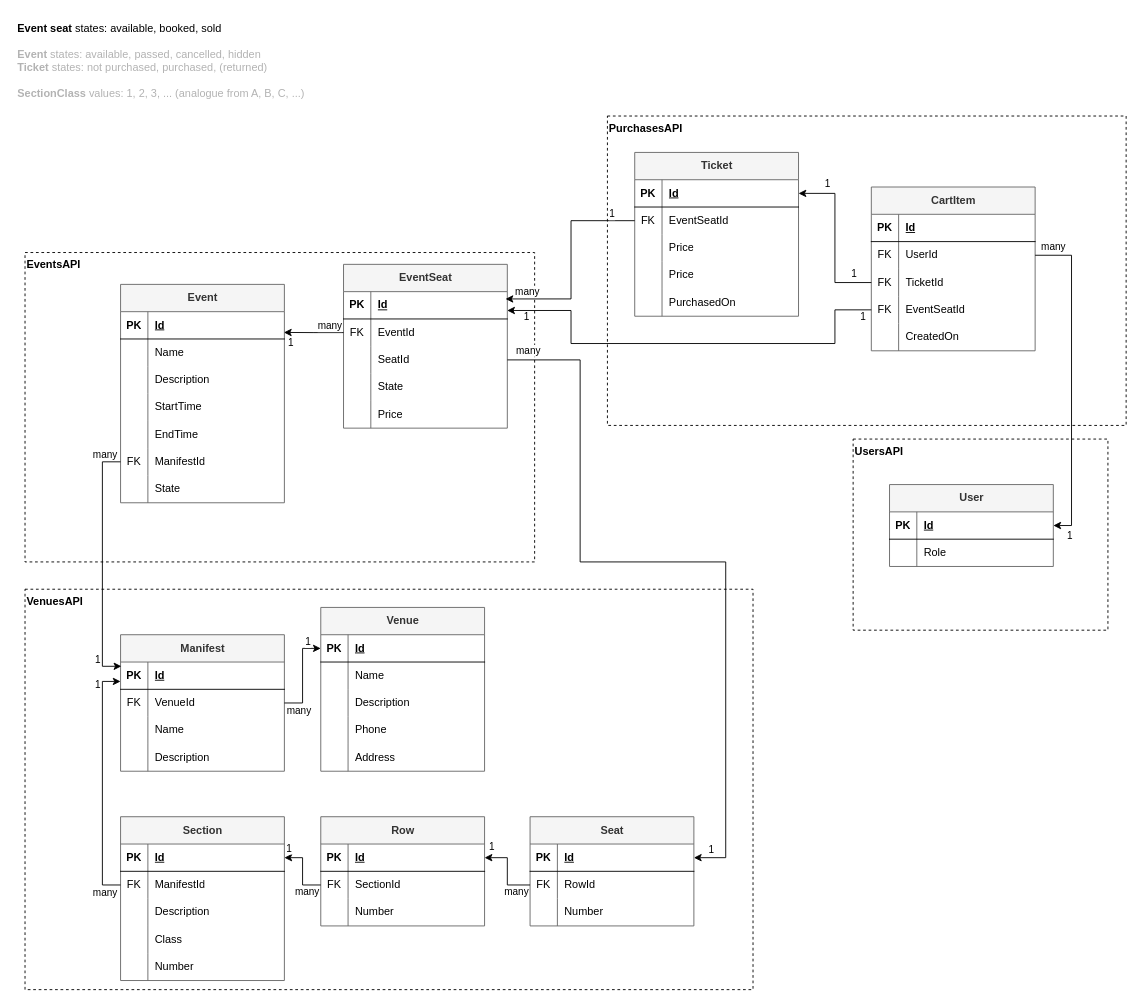
The draw.io diagram page "Old database schema (SQL)" (5 of 5) of docs/Diagrams.drawio in leg0ushque/ticket-management, before the edit. Source tidied: cells renumbered, new cells numbered last; positions are measured from the earlier drawing's top-left corner, leaving out a move shared by most shapes. Both pictures are drawn from the tidied source at 91%, with x=0, y=0 at pixel (15, 15).
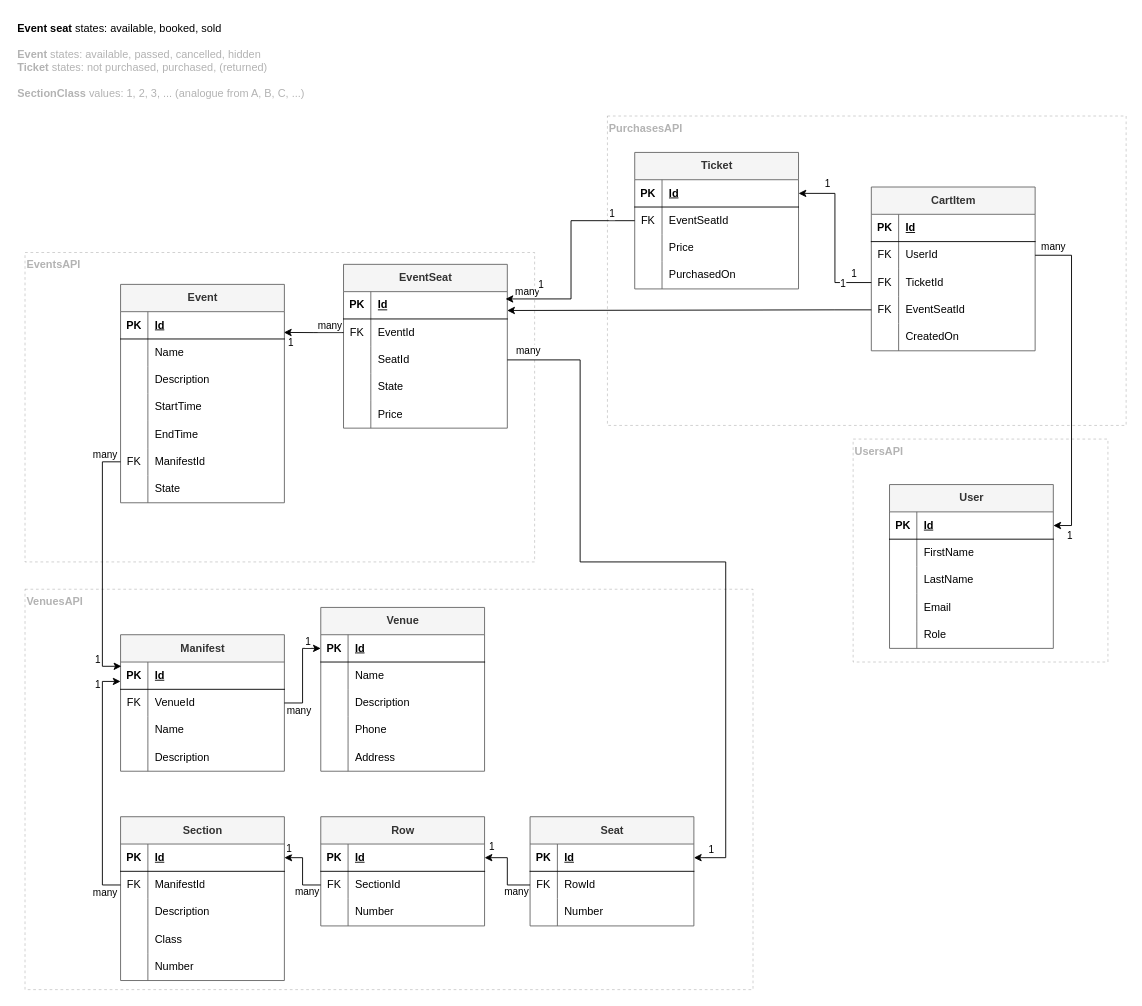
Above is the later version.

Unchanged cells that the change refers to:
```xml
<mxCell id="61" style="shape=tableRow;horizontal=0;startSize=0;swimlaneHead=0;swimlaneBody=0;fillColor=none;top=0;left=0;right=0;bottom=0;" parent="57" vertex="1">
  <mxGeometry y="60" width="180" height="30" as="geometry" />
</mxCell>
<mxCell id="125" style="shape=tableRow;horizontal=0;startSize=0;swimlaneHead=0;swimlaneBody=0;fillColor=none;points=[[0,0.5],[1,0.5]];portConstraint=eastwest;top=0;left=0;right=0;bottom=0;" parent="115" vertex="1">
  <mxGeometry y="120" width="180" height="30" as="geometry" />
</mxCell>
<mxCell id="132" style="shape=tableRow;horizontal=0;startSize=0;swimlaneHead=0;swimlaneBody=0;fillColor=none;points=[[0,0.5],[1,0.5]];portConstraint=eastwest;top=0;left=0;right=0;bottom=1;" parent="131" vertex="1">
  <mxGeometry y="30" width="180" height="30" as="geometry" />
</mxCell>
```

Change to the diagram source:
```diff
@@
-    <mxCell id="2" value="VenuesAPI" style="rounded=0;whiteSpace=wrap;html=1;align=left;verticalAlign=top;dashed=1;fontStyle=1;" parent="1" vertex="1">
+    <mxCell id="2" value="&lt;font color=&quot;#b3b3b3&quot;&gt;VenuesAPI&lt;/font&gt;" style="rounded=0;whiteSpace=wrap;html=1;align=left;verticalAlign=top;dashed=1;fontStyle=1;opacity=20;" parent="1" vertex="1">
       <mxGeometry x="10" y="630" width="800" height="440" as="geometry" />
     </mxCell>
-    <mxCell id="3" value="EventsAPI" style="rounded=0;whiteSpace=wrap;html=1;align=left;verticalAlign=top;dashed=1;fontStyle=1;" parent="1" vertex="1">
+    <mxCell id="3" value="&lt;font color=&quot;#b3b3b3&quot;&gt;EventsAPI&lt;/font&gt;" style="rounded=0;whiteSpace=wrap;html=1;align=left;verticalAlign=top;dashed=1;fontStyle=1;opacity=20;" parent="1" vertex="1">
       <mxGeometry x="10" y="260" width="560" height="340" as="geometry" />
     </mxCell>
-    <mxCell id="4" value="&lt;b&gt;PurchasesAPI&lt;/b&gt;" style="rounded=0;whiteSpace=wrap;html=1;align=left;verticalAlign=top;dashed=1;" parent="1" vertex="1">
+    <mxCell id="4" value="&lt;b&gt;&lt;font color=&quot;#b3b3b3&quot;&gt;PurchasesAPI&lt;/font&gt;&lt;/b&gt;" style="rounded=0;whiteSpace=wrap;html=1;align=left;verticalAlign=top;dashed=1;opacity=20;" parent="1" vertex="1">
       <mxGeometry x="650" y="110" width="570" height="340" as="geometry" />
     </mxCell>
-    <mxCell id="5" value="UsersAPI" style="rounded=0;whiteSpace=wrap;html=1;align=left;verticalAlign=top;dashed=1;fontStyle=1;" parent="1" vertex="1">
-      <mxGeometry x="920" y="465" width="280" height="210" as="geometry" />
+    <mxCell id="5" value="&lt;font color=&quot;#b3b3b3&quot;&gt;UsersAPI&lt;/font&gt;" style="rounded=0;whiteSpace=wrap;html=1;align=left;verticalAlign=top;dashed=1;fontStyle=1;strokeColor=#000000;opacity=20;" parent="1" vertex="1">
+      <mxGeometry x="920" y="465" width="280" height="245" as="geometry" />
     </mxCell>
@@
     <mxCell id="57" value="User" style="shape=table;startSize=30;childLayout=tableLayout;rowLines=0;fontStyle=1;align=center;html=1;fillColor=#f5f5f5;fontColor=#333333;strokeColor=#666666;" parent="1" vertex="1">
-      <mxGeometry x="960" y="515" width="180" height="90" as="geometry" />
+      <mxGeometry x="960" y="515" width="180" height="180" as="geometry" />
     </mxCell>
@@
-    <mxCell id="63" value="Role" style="shape=partialRectangle;fillColor=none;top=0;left=0;bottom=0;right=0;align=left;spacingLeft=6;overflow=hidden;whiteSpace=wrap;html=1;" parent="61" vertex="1">
+    <mxCell id="63" value="FirstName" style="shape=partialRectangle;fillColor=none;top=0;left=0;bottom=0;right=0;align=left;spacingLeft=6;overflow=hidden;whiteSpace=wrap;html=1;" parent="61" vertex="1">
       <mxGeometry x="30" width="150" height="30" as="geometry" />
     </mxCell>
+    <mxCell id="182" style="shape=tableRow;horizontal=0;startSize=0;swimlaneHead=0;swimlaneBody=0;fillColor=none;top=0;left=0;right=0;bottom=0;" parent="57" vertex="1">
+      <mxGeometry y="90" width="180" height="30" as="geometry" />
+    </mxCell>
+    <mxCell id="183" style="shape=partialRectangle;fillColor=none;top=0;left=0;bottom=0;right=0;overflow=hidden;whiteSpace=wrap;html=1;" parent="182" vertex="1">
+      <mxGeometry width="30" height="30" as="geometry" />
+    </mxCell>
+    <mxCell id="184" value="LastName" style="shape=partialRectangle;fillColor=none;top=0;left=0;bottom=0;right=0;align=left;spacingLeft=6;overflow=hidden;whiteSpace=wrap;html=1;" parent="182" vertex="1">
+      <mxGeometry x="30" width="150" height="30" as="geometry" />
+    </mxCell>
+    <mxCell id="167" style="shape=tableRow;horizontal=0;startSize=0;swimlaneHead=0;swimlaneBody=0;fillColor=none;top=0;left=0;right=0;bottom=0;" parent="57" vertex="1">
+      <mxGeometry y="120" width="180" height="30" as="geometry" />
+    </mxCell>
+    <mxCell id="185" style="shape=partialRectangle;fillColor=none;top=0;left=0;bottom=0;right=0;overflow=hidden;whiteSpace=wrap;html=1;" parent="167" vertex="1">
+      <mxGeometry width="30" height="30" as="geometry" />
+    </mxCell>
+    <mxCell id="186" value="Email" style="shape=partialRectangle;fillColor=none;top=0;left=0;bottom=0;right=0;align=left;spacingLeft=6;overflow=hidden;whiteSpace=wrap;html=1;" parent="167" vertex="1">
+      <mxGeometry x="30" width="150" height="30" as="geometry" />
+    </mxCell>
+    <mxCell id="187" style="shape=tableRow;horizontal=0;startSize=0;swimlaneHead=0;swimlaneBody=0;fillColor=none;top=0;left=0;right=0;bottom=0;" parent="57" vertex="1">
+      <mxGeometry y="150" width="180" height="30" as="geometry" />
+    </mxCell>
+    <mxCell id="188" style="shape=partialRectangle;fillColor=none;top=0;left=0;bottom=0;right=0;overflow=hidden;whiteSpace=wrap;html=1;" parent="187" vertex="1">
+      <mxGeometry width="30" height="30" as="geometry" />
+    </mxCell>
+    <mxCell id="189" value="Role" style="shape=partialRectangle;fillColor=none;top=0;left=0;bottom=0;right=0;align=left;spacingLeft=6;overflow=hidden;whiteSpace=wrap;html=1;" parent="187" vertex="1">
+      <mxGeometry x="30" width="150" height="30" as="geometry" />
+    </mxCell>
@@
     <mxCell id="157" value="Ticket" style="shape=table;startSize=30;childLayout=tableLayout;rowLines=0;fontStyle=1;align=center;html=1;fillColor=#f5f5f5;fontColor=#333333;strokeColor=#666666;" parent="1" vertex="1">
-      <mxGeometry x="680" y="150" width="180" height="180" as="geometry" />
+      <mxGeometry x="680" y="150" width="180" height="150" as="geometry" />
     </mxCell>
@@
-    <mxCell id="167" style="shape=tableRow;horizontal=0;startSize=0;swimlaneHead=0;swimlaneBody=0;fillColor=none;top=0;left=0;right=0;bottom=0;" parent="157" vertex="1">
-      <mxGeometry y="120" width="180" height="30" as="geometry" />
-    </mxCell>
-    <mxCell id="168" style="shape=partialRectangle;fillColor=none;top=0;left=0;bottom=0;right=0;overflow=hidden;whiteSpace=wrap;html=1;" parent="167" vertex="1">
-      <mxGeometry width="30" height="30" as="geometry" />
-    </mxCell>
-    <mxCell id="169" value="Price" style="shape=partialRectangle;fillColor=none;top=0;left=0;bottom=0;right=0;align=left;spacingLeft=6;overflow=hidden;whiteSpace=wrap;html=1;" parent="167" vertex="1">
-      <mxGeometry x="30" width="150" height="30" as="geometry" />
-    </mxCell>
     <mxCell id="170" style="shape=tableRow;horizontal=0;startSize=0;swimlaneHead=0;swimlaneBody=0;fillColor=none;top=0;left=0;right=0;bottom=0;" parent="157" vertex="1">
-      <mxGeometry y="150" width="180" height="30" as="geometry" />
+      <mxGeometry y="120" width="180" height="30" as="geometry" />
     </mxCell>
@@
     <mxCell id="179" style="edgeStyle=orthogonalEdgeStyle;rounded=0;jettySize=auto;html=1;exitX=0;exitY=0.5;exitDx=0;exitDy=0;entryX=0.999;entryY=0.69;entryDx=0;entryDy=0;entryPerimeter=0;" parent="1" edge="1" source="125" target="132">
       <mxGeometry relative="1" as="geometry">
         <Array as="points">
           <mxPoint x="900" y="323" />
-          <mxPoint x="900" y="360" />
-          <mxPoint x="610" y="360" />
-          <mxPoint x="610" y="324" />
+          <mxPoint x="900" y="324" />
         </Array>
       </mxGeometry>
     </mxCell>
```
